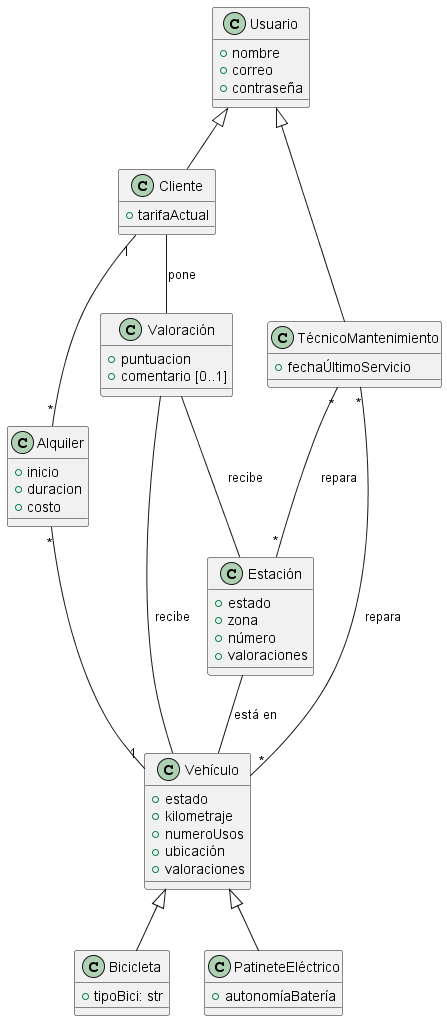
Above: modelos_conceptuales/DiagramaClases.png in VVF2245/EasyVPM-Database (PlantUML), before the change.
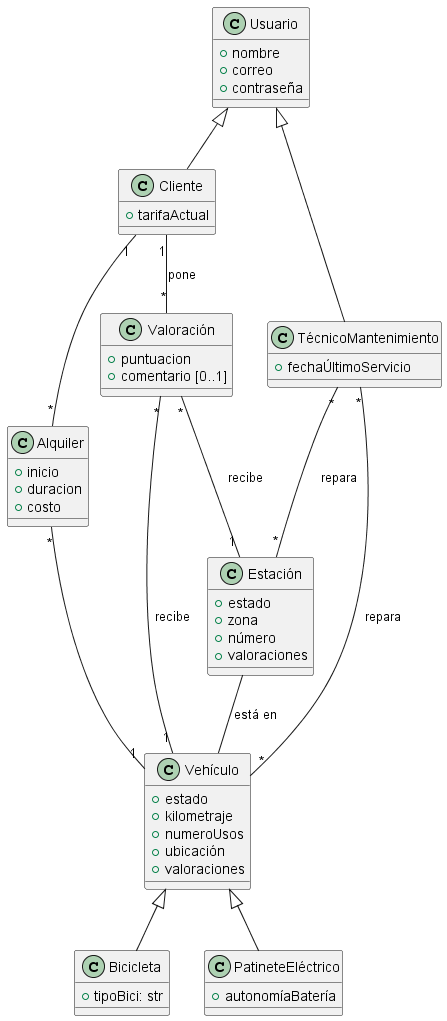
After the change.

Commit message:
Update modelos_conceptuales

The edit, as a diff of the source:
```diff
@@ -51,9 +51,9 @@
 Usuario <|-- Cliente
 Usuario <|-- TécnicoMantenimiento
 
-Cliente -- Valoración : pone
-Valoración -- Vehículo : recibe
-Valoración -- Estación : recibe
+Cliente "1"--"*" Valoración : pone
+Valoración "*"--"1" Vehículo : recibe
+Valoración "*"--"1" Estación : recibe
 
 Estación -- Vehículo : está en
 
```
